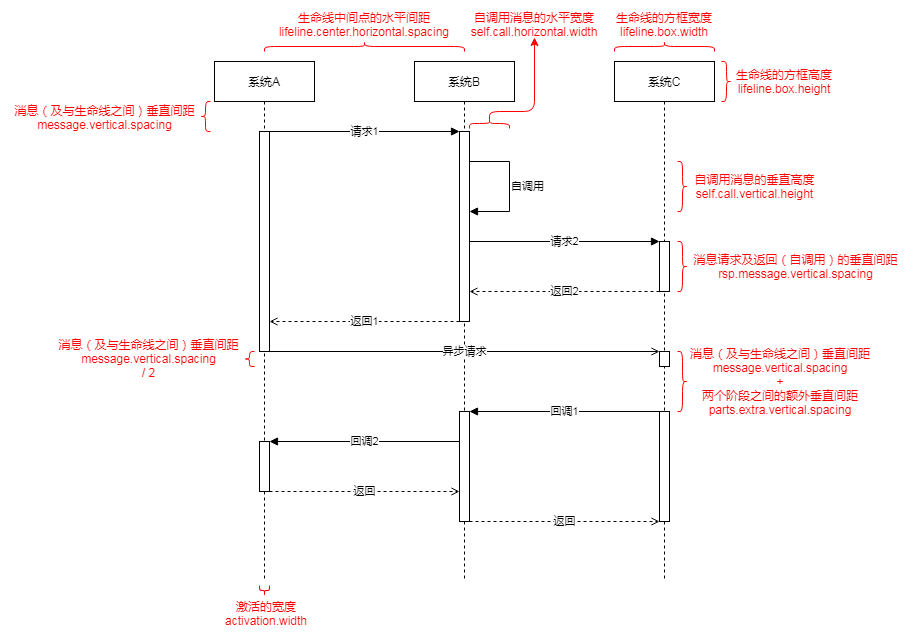
Earlier version of the draw.io export pic/position_example.png (Adrninistrator/uml-sequence-diagram-drawio). Source tidied: cells renumbered, new cells last; positions are measured from the earlier drawing's top-left corner, leaving out a move shared by most shapes.
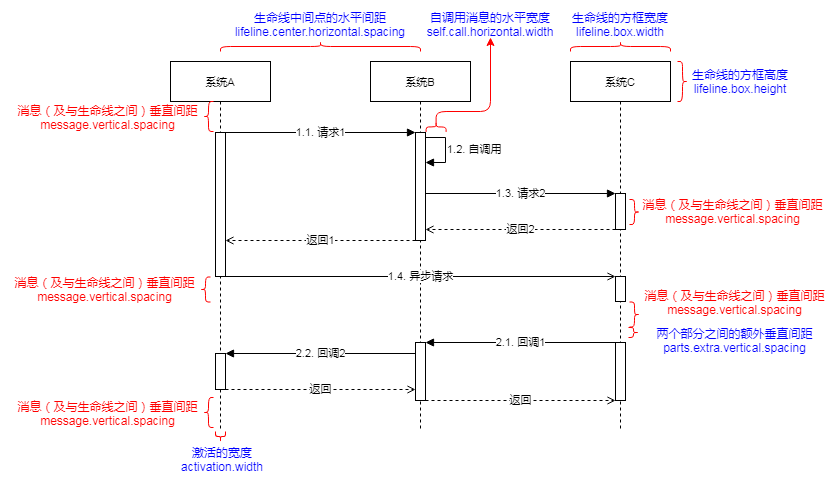
After the commit.

Change to the diagram source:
```diff
@@ -2,167 +2,173 @@
   <root>
     <mxCell id="0" />
     <mxCell id="1" parent="0" />
-    <mxCell id="2" value="系统A" style="whiteSpace=wrap;shape=umlLifeline;size=40;perimeter=lifelinePerimeter;html=1;" parent="1" vertex="1">
-      <mxGeometry x="204" y="115" width="100" height="520" as="geometry" />
+    <mxCell id="2" value="&lt;font style=&quot;font-size: 11px&quot;&gt;系统A&lt;/font&gt;" style="whiteSpace=wrap;shape=umlLifeline;size=40;perimeter=lifelinePerimeter;html=1;" parent="1" vertex="1">
+      <mxGeometry x="204" y="115" width="100" height="369" as="geometry" />
     </mxCell>
-    <mxCell id="3" value="系统B" style="whiteSpace=wrap;shape=umlLifeline;size=40;perimeter=lifelinePerimeter;html=1;" parent="1" vertex="1">
-      <mxGeometry x="404" y="115" width="100" height="520" as="geometry" />
+    <mxCell id="3" value="&lt;font style=&quot;font-size: 11px&quot;&gt;系统B&lt;/font&gt;" style="whiteSpace=wrap;shape=umlLifeline;size=40;perimeter=lifelinePerimeter;html=1;" parent="1" vertex="1">
+      <mxGeometry x="404" y="115" width="100" height="369" as="geometry" />
     </mxCell>
-    <mxCell id="4" value="系统C" style="whiteSpace=wrap;shape=umlLifeline;size=40;perimeter=lifelinePerimeter;html=1;" parent="1" vertex="1">
-      <mxGeometry x="604" y="115" width="100" height="520" as="geometry" />
+    <mxCell id="4" value="&lt;font style=&quot;font-size: 11px&quot;&gt;系统C&lt;/font&gt;" style="whiteSpace=wrap;shape=umlLifeline;size=40;perimeter=lifelinePerimeter;html=1;" parent="1" vertex="1">
+      <mxGeometry x="604" y="115" width="100" height="369" as="geometry" />
     </mxCell>
-    <mxCell id="5" style="perimeter=orthogonalPerimeter;html=1;" parent="1" vertex="1">
-      <mxGeometry x="249" y="185" width="10" height="220" as="geometry" />
-    </mxCell>
-    <mxCell id="6" style="perimeter=orthogonalPerimeter;html=1;" parent="1" vertex="1">
-      <mxGeometry x="249" y="495" width="10" height="50" as="geometry" />
-    </mxCell>
-    <mxCell id="7" style="perimeter=orthogonalPerimeter;html=1;" parent="1" vertex="1">
-      <mxGeometry x="449" y="185" width="10" height="190" as="geometry" />
-    </mxCell>
-    <mxCell id="8" style="perimeter=orthogonalPerimeter;html=1;" parent="1" vertex="1">
-      <mxGeometry x="449" y="465" width="10" height="110" as="geometry" />
-    </mxCell>
-    <mxCell id="9" style="perimeter=orthogonalPerimeter;html=1;" parent="1" vertex="1">
-      <mxGeometry x="649" y="295" width="10" height="50" as="geometry" />
-    </mxCell>
-    <mxCell id="10" style="perimeter=orthogonalPerimeter;html=1;" parent="1" vertex="1">
-      <mxGeometry x="649" y="405" width="10" height="15" as="geometry" />
-    </mxCell>
-    <mxCell id="11" style="perimeter=orthogonalPerimeter;html=1;" parent="1" vertex="1">
-      <mxGeometry x="649" y="465" width="10" height="110" as="geometry" />
-    </mxCell>
-    <mxCell id="12" value="请求1" style="endFill=1;html=1;endArrow=block;" parent="1" edge="1">
-      <mxGeometry relative="1" as="geometry">
-        <mxPoint x="259" y="185" as="sourcePoint" />
-        <mxPoint x="449" y="185" as="targetPoint" />
-      </mxGeometry>
-    </mxCell>
-    <mxCell id="13" value="自调用" style="endFill=1;rounded=0;html=1;endArrow=block;align=left;" parent="1" edge="1">
-      <mxGeometry relative="1" as="geometry">
-        <mxPoint x="459" y="215" as="sourcePoint" />
-        <mxPoint x="459" y="265" as="targetPoint" />
-        <Array as="points">
-          <mxPoint x="499" y="215" />
-          <mxPoint x="499" y="265" />
-        </Array>
-      </mxGeometry>
-    </mxCell>
-    <mxCell id="14" value="请求2" style="endFill=1;html=1;endArrow=block;" parent="1" edge="1">
-      <mxGeometry relative="1" as="geometry">
-        <mxPoint x="459" y="295" as="sourcePoint" />
-        <mxPoint x="649" y="295" as="targetPoint" />
-      </mxGeometry>
-    </mxCell>
+    <mxCell id="43" style="shape=curlyBracket;whiteSpace=wrap;html=1;rounded=1;strokeColor=#FF0000;rotation=-180;" parent="4" vertex="1">
+      <mxGeometry x="59" y="240.5" width="10" height="25" as="geometry" />
+    </mxCell>
+    <mxCell id="44" style="perimeter=orthogonalPerimeter;html=1;" parent="1" vertex="1">
+      <mxGeometry x="249" y="186" width="10" height="144" as="geometry" />
+    </mxCell>
+    <mxCell id="45" style="perimeter=orthogonalPerimeter;html=1;" parent="1" vertex="1">
+      <mxGeometry x="249" y="407" width="10" height="36" as="geometry" />
+    </mxCell>
+    <mxCell id="46" style="perimeter=orthogonalPerimeter;html=1;" parent="1" vertex="1">
+      <mxGeometry x="449" y="186" width="10" height="108" as="geometry" />
+    </mxCell>
+    <mxCell id="47" style="perimeter=orthogonalPerimeter;html=1;" parent="1" vertex="1">
+      <mxGeometry x="449" y="396" width="10" height="58" as="geometry" />
+    </mxCell>
+    <mxCell id="48" style="perimeter=orthogonalPerimeter;html=1;" parent="1" vertex="1">
+      <mxGeometry x="649" y="247" width="10" height="36" as="geometry" />
+    </mxCell>
+    <mxCell id="49" style="perimeter=orthogonalPerimeter;html=1;" parent="1" vertex="1">
+      <mxGeometry x="649" y="330" width="10" height="25" as="geometry" />
+    </mxCell>
+    <mxCell id="50" style="perimeter=orthogonalPerimeter;html=1;" parent="1" vertex="1">
+      <mxGeometry x="649" y="396" width="10" height="58" as="geometry" />
+    </mxCell>
+    <mxCell id="51" value="&lt;font style=&quot;font-size: 11px&quot;&gt;1.1. 请求1&lt;/font&gt;" style="endFill=1;html=1;endArrow=block;" parent="1" edge="1">
+      <mxGeometry relative="1" as="geometry">
+        <mxPoint x="259" y="186" as="sourcePoint" />
+        <mxPoint x="449" y="186" as="targetPoint" />
+      </mxGeometry>
+    </mxCell>
+    <mxCell id="52" value="&lt;font style=&quot;font-size: 11px&quot;&gt;1.2. 自调用&lt;/font&gt;" style="endFill=1;rounded=0;html=1;endArrow=block;align=left;" parent="1" edge="1">
+      <mxGeometry relative="1" as="geometry">
+        <mxPoint x="459" y="191" as="sourcePoint" />
+        <mxPoint x="459" y="216" as="targetPoint" />
+        <Array as="points">
+          <mxPoint x="479" y="191" />
+          <mxPoint x="479" y="216" />
+        </Array>
+      </mxGeometry>
+    </mxCell>
+    <mxCell id="53" value="&lt;font style=&quot;font-size: 11px&quot;&gt;1.3. 请求2&lt;/font&gt;" style="endFill=1;html=1;endArrow=block;" parent="1" edge="1">
+      <mxGeometry relative="1" as="geometry">
+        <mxPoint x="459" y="247" as="sourcePoint" />
+        <mxPoint x="649" y="247" as="targetPoint" />
+      </mxGeometry>
+    </mxCell>
-    <mxCell id="15" value="返回2" style="dashed=1;endFill=0;html=1;endArrow=open;" parent="1" edge="1">
+    <mxCell id="15" value="&lt;font style=&quot;font-size: 11px&quot;&gt;返回2&lt;/font&gt;" style="dashed=1;endFill=0;html=1;endArrow=open;" parent="1" edge="1">
       <mxGeometry relative="1" as="geometry">
-        <mxPoint x="649" y="345" as="sourcePoint" />
-        <mxPoint x="459" y="345" as="targetPoint" />
+        <mxPoint x="649" y="283" as="sourcePoint" />
+        <mxPoint x="459" y="283" as="targetPoint" />
       </mxGeometry>
     </mxCell>
-    <mxCell id="16" value="返回1" style="dashed=1;endFill=0;html=1;endArrow=open;" parent="1" edge="1">
+    <mxCell id="16" value="&lt;font style=&quot;font-size: 11px&quot;&gt;返回1&lt;/font&gt;" style="dashed=1;endFill=0;html=1;endArrow=open;" parent="1" edge="1">
       <mxGeometry relative="1" as="geometry">
-        <mxPoint x="449" y="375" as="sourcePoint" />
-        <mxPoint x="259" y="375" as="targetPoint" />
+        <mxPoint x="449" y="294" as="sourcePoint" />
+        <mxPoint x="259" y="294" as="targetPoint" />
       </mxGeometry>
     </mxCell>
-    <mxCell id="17" value="异步请求" style="endFill=0;html=1;endArrow=open;" parent="1" edge="1">
-      <mxGeometry relative="1" as="geometry">
-        <mxPoint x="259" y="405" as="sourcePoint" />
-        <mxPoint x="649" y="405" as="targetPoint" />
-      </mxGeometry>
-    </mxCell>
-    <mxCell id="18" value="回调1" style="endFill=1;html=1;endArrow=block;" parent="1" edge="1">
-      <mxGeometry relative="1" as="geometry">
-        <mxPoint x="649" y="465" as="sourcePoint" />
-        <mxPoint x="459" y="465" as="targetPoint" />
-      </mxGeometry>
-    </mxCell>
-    <mxCell id="19" value="回调2" style="endFill=1;html=1;endArrow=block;" parent="1" edge="1">
-      <mxGeometry relative="1" as="geometry">
-        <mxPoint x="449" y="495" as="sourcePoint" />
-        <mxPoint x="259" y="495" as="targetPoint" />
-      </mxGeometry>
-    </mxCell>
-    <mxCell id="20" value="返回" style="dashed=1;endFill=0;html=1;endArrow=open;" parent="1" edge="1">
-      <mxGeometry relative="1" as="geometry">
-        <mxPoint x="259" y="545" as="sourcePoint" />
-        <mxPoint x="449" y="545" as="targetPoint" />
-      </mxGeometry>
-    </mxCell>
-    <mxCell id="21" value="返回" style="dashed=1;endFill=0;html=1;endArrow=open;" parent="1" edge="1">
-      <mxGeometry relative="1" as="geometry">
-        <mxPoint x="459" y="575" as="sourcePoint" />
-        <mxPoint x="649" y="575" as="targetPoint" />
-      </mxGeometry>
-    </mxCell>
-    <mxCell id="22" style="shape=curlyBracket;whiteSpace=wrap;html=1;rounded=1;strokeColor=#FF0000;" parent="1" vertex="1">
-      <mxGeometry x="190" y="155" width="10" height="30" as="geometry" />
-    </mxCell>
-    <mxCell id="23" value="&lt;font color=&quot;#ff0000&quot;&gt;消息（及与生命线之间）垂直间距&lt;br&gt;message.vertical.spacing&lt;br&gt;&lt;/font&gt;" style="text;whiteSpace=wrap;html=1;align=center;verticalAlign=middle;" parent="1" vertex="1">
-      <mxGeometry y="158" width="189" height="25" as="geometry" />
-    </mxCell>
-    <mxCell id="24" style="shape=curlyBracket;whiteSpace=wrap;html=1;rounded=1;strokeColor=#FF0000;" parent="1" vertex="1">
-      <mxGeometry x="234" y="405" width="10" height="15" as="geometry" />
-    </mxCell>
-    <mxCell id="25" value="&lt;font color=&quot;#ff0000&quot;&gt;消息（及与生命线之间）垂直间距&lt;br&gt;message.vertical.spacing&lt;br&gt;/ 2&lt;/font&gt;" style="text;whiteSpace=wrap;html=1;align=center;verticalAlign=middle;" parent="1" vertex="1">
-      <mxGeometry x="44" y="384.5" width="189" height="56" as="geometry" />
-    </mxCell>
-    <mxCell id="26" style="shape=curlyBracket;whiteSpace=wrap;html=1;rounded=1;strokeColor=#FF0000;rotation=-91;" parent="1" vertex="1">
-      <mxGeometry x="249" y="639" width="10" height="10" as="geometry" />
-    </mxCell>
-    <mxCell id="27" value="&lt;div&gt;&lt;font color=&quot;#ff0000&quot;&gt;激活的宽度&lt;/font&gt;&lt;/div&gt;&lt;div&gt;&lt;font color=&quot;#ff0000&quot;&gt;activation.width&lt;/font&gt;&lt;/div&gt;" style="text;whiteSpace=wrap;html=1;align=center;verticalAlign=middle;" parent="1" vertex="1">
-      <mxGeometry x="214" y="654" width="84" height="25" as="geometry" />
-    </mxCell>
+    <mxCell id="54" value="&lt;font style=&quot;font-size: 11px&quot;&gt;1.4. 异步请求&lt;/font&gt;" style="endFill=0;html=1;endArrow=open;" parent="1" edge="1">
+      <mxGeometry relative="1" as="geometry">
+        <mxPoint x="259" y="330" as="sourcePoint" />
+        <mxPoint x="649" y="330" as="targetPoint" />
+      </mxGeometry>
+    </mxCell>
+    <mxCell id="55" value="&lt;font style=&quot;font-size: 11px&quot;&gt;2.1. 回调1&lt;/font&gt;" style="endFill=1;html=1;endArrow=block;" parent="1" edge="1">
+      <mxGeometry relative="1" as="geometry">
+        <mxPoint x="649" y="396" as="sourcePoint" />
+        <mxPoint x="459" y="396" as="targetPoint" />
+      </mxGeometry>
+    </mxCell>
+    <mxCell id="56" value="&lt;font style=&quot;font-size: 11px&quot;&gt;2.2. 回调2&lt;/font&gt;" style="endFill=1;html=1;endArrow=block;" parent="1" edge="1">
+      <mxGeometry relative="1" as="geometry">
+        <mxPoint x="449" y="407" as="sourcePoint" />
+        <mxPoint x="259" y="407" as="targetPoint" />
+      </mxGeometry>
+    </mxCell>
+    <mxCell id="57" value="&lt;font style=&quot;font-size: 11px&quot;&gt;返回&lt;/font&gt;" style="dashed=1;endFill=0;html=1;endArrow=open;" parent="1" edge="1">
+      <mxGeometry relative="1" as="geometry">
+        <mxPoint x="259" y="443" as="sourcePoint" />
+        <mxPoint x="449" y="443" as="targetPoint" />
+      </mxGeometry>
+    </mxCell>
+    <mxCell id="58" value="&lt;font style=&quot;font-size: 11px&quot;&gt;返回&lt;/font&gt;" style="dashed=1;endFill=0;html=1;endArrow=open;" parent="1" edge="1">
+      <mxGeometry relative="1" as="geometry">
+        <mxPoint x="459" y="454" as="sourcePoint" />
+        <mxPoint x="649" y="454" as="targetPoint" />
+      </mxGeometry>
+    </mxCell>
     <mxCell id="28" style="shape=curlyBracket;whiteSpace=wrap;html=1;rounded=1;strokeColor=#FF0000;rotation=90;" parent="1" vertex="1">
       <mxGeometry x="349" width="10" height="200" as="geometry" />
     </mxCell>
-    <mxCell id="29" value="&lt;font color=&quot;#ff0000&quot;&gt;生命线中间点的水平间距&lt;br&gt;lifeline.center.horizontal.spacing&lt;/font&gt;" style="text;whiteSpace=wrap;html=1;align=center;verticalAlign=middle;" parent="1" vertex="1">
+    <mxCell id="29" value="&lt;font&gt;生命线中间点的水平间距&lt;br&gt;lifeline.center.horizontal.spacing&lt;/font&gt;" style="text;whiteSpace=wrap;html=1;align=center;verticalAlign=middle;fontColor=#0000FF;" parent="1" vertex="1">
       <mxGeometry x="254" y="65" width="200" height="26" as="geometry" />
     </mxCell>
+    <mxCell id="32" value="&lt;div&gt;&lt;font&gt;自调用消息的水平宽度&lt;/font&gt;&lt;/div&gt;&lt;div&gt;&lt;font&gt;self.call.horizontal.width&lt;/font&gt;&lt;/div&gt;" style="text;whiteSpace=wrap;html=1;align=center;verticalAlign=middle;fontColor=#0000FF;" parent="1" vertex="1">
+      <mxGeometry x="459" y="65" width="130" height="26" as="geometry" />
+    </mxCell>
+    <mxCell id="59" style="edgeStyle=elbowEdgeStyle;elbow=vertical;endArrow=classic;html=1;exitX=0.1;exitY=0.5;exitDx=0;exitDy=0;exitPerimeter=0;strokeColor=#FF0000;" parent="1" edge="1" source="60">
+      <mxGeometry relative="1" as="geometry">
+        <mxPoint x="524" y="91" as="targetPoint" />
+        <Array as="points">
+          <mxPoint x="504" y="165" />
+        </Array>
+      </mxGeometry>
+    </mxCell>
+    <mxCell id="60" style="shape=curlyBracket;whiteSpace=wrap;html=1;rounded=1;strokeColor=#FF0000;rotation=90;" parent="1" vertex="1">
+      <mxGeometry x="464.6" y="170.4" width="10" height="20" as="geometry" />
+    </mxCell>
     <mxCell id="30" style="shape=curlyBracket;whiteSpace=wrap;html=1;rounded=1;strokeColor=#FF0000;rotation=90;" parent="1" vertex="1">
       <mxGeometry x="649" y="50" width="10" height="100" as="geometry" />
     </mxCell>
-    <mxCell id="31" value="&lt;div&gt;&lt;font color=&quot;#ff0000&quot;&gt;生命线的方框宽度&lt;/font&gt;&lt;/div&gt;&lt;div&gt;&lt;font color=&quot;#ff0000&quot;&gt;lifeline.box.width&lt;/font&gt;&lt;/div&gt;" style="text;whiteSpace=wrap;html=1;align=center;verticalAlign=middle;" parent="1" vertex="1">
+    <mxCell id="31" value="&lt;div&gt;&lt;font&gt;生命线的方框宽度&lt;/font&gt;&lt;/div&gt;&lt;div&gt;&lt;font&gt;lifeline.box.width&lt;/font&gt;&lt;/div&gt;" style="text;whiteSpace=wrap;html=1;align=center;verticalAlign=middle;fontColor=#0000FF;" parent="1" vertex="1">
       <mxGeometry x="604" y="65" width="100" height="26" as="geometry" />
     </mxCell>
-    <mxCell id="32" value="&lt;div&gt;&lt;font color=&quot;#ff0000&quot;&gt;自调用消息的水平宽度&lt;/font&gt;&lt;/div&gt;&lt;div&gt;&lt;font color=&quot;#ff0000&quot;&gt;self.call.horizontal.width&lt;/font&gt;&lt;/div&gt;" style="text;whiteSpace=wrap;html=1;align=center;verticalAlign=middle;" parent="1" vertex="1">
-      <mxGeometry x="459" y="65" width="130" height="26" as="geometry" />
-    </mxCell>
     <mxCell id="33" style="shape=curlyBracket;whiteSpace=wrap;html=1;rounded=1;strokeColor=#FF0000;rotation=-180;" parent="1" vertex="1">
       <mxGeometry x="711" y="115" width="10" height="40" as="geometry" />
     </mxCell>
-    <mxCell id="34" value="&lt;div&gt;&lt;font color=&quot;#ff0000&quot;&gt;生命线的方框高度&lt;/font&gt;&lt;/div&gt;&lt;div&gt;&lt;font color=&quot;#ff0000&quot;&gt;lifeline.box.height&lt;/font&gt;&lt;/div&gt;" style="text;whiteSpace=wrap;html=1;align=center;verticalAlign=middle;" parent="1" vertex="1">
+    <mxCell id="34" value="&lt;div&gt;&lt;font&gt;生命线的方框高度&lt;/font&gt;&lt;/div&gt;&lt;div&gt;&lt;font&gt;lifeline.box.height&lt;/font&gt;&lt;/div&gt;" style="text;whiteSpace=wrap;html=1;align=center;verticalAlign=middle;fontColor=#0000FF;" parent="1" vertex="1">
       <mxGeometry x="724" y="122" width="100" height="26" as="geometry" />
     </mxCell>
-    <mxCell id="35" style="shape=curlyBracket;whiteSpace=wrap;html=1;rounded=1;strokeColor=#FF0000;rotation=-180;" parent="1" vertex="1">
-      <mxGeometry x="667" y="295" width="10" height="50" as="geometry" />
-    </mxCell>
-    <mxCell id="36" value="&lt;div&gt;&lt;font color=&quot;#ff0000&quot;&gt;消息请求及返回（自调用）的垂直间距&lt;/font&gt;&lt;/div&gt;&lt;div&gt;&lt;font color=&quot;#ff0000&quot;&gt;rsp.message.vertical.spacing&lt;/font&gt;&lt;/div&gt;" style="text;whiteSpace=wrap;html=1;align=center;verticalAlign=middle;" parent="1" vertex="1">
-      <mxGeometry x="677" y="307" width="217" height="26" as="geometry" />
-    </mxCell>
-    <mxCell id="37" style="shape=curlyBracket;whiteSpace=wrap;html=1;rounded=1;strokeColor=#FF0000;rotation=-180;" parent="1" vertex="1">
-      <mxGeometry x="667" y="405" width="10" height="60" as="geometry" />
-    </mxCell>
-    <mxCell id="38" value="&lt;div&gt;&lt;font color=&quot;#ff0000&quot;&gt;消息（及与生命线之间）垂直间距&lt;br&gt;&lt;/font&gt;&lt;/div&gt;&lt;div&gt;&lt;font color=&quot;#ff0000&quot;&gt;message.vertical.spacing&lt;/font&gt;&lt;/div&gt;&lt;div&gt;&lt;font color=&quot;#ff0000&quot;&gt;+&lt;/font&gt;&lt;/div&gt;&lt;div&gt;&lt;font color=&quot;#ff0000&quot;&gt;两个阶段之间的额外垂直间距&lt;br&gt;&lt;/font&gt;&lt;/div&gt;&lt;div&gt;&lt;font color=&quot;#ff0000&quot;&gt;parts.extra.vertical.spacing&lt;/font&gt;&lt;/div&gt;" style="text;whiteSpace=wrap;html=1;align=center;verticalAlign=middle;" parent="1" vertex="1">
-      <mxGeometry x="676" y="398.5" width="188" height="73" as="geometry" />
-    </mxCell>
-    <mxCell id="39" style="edgeStyle=elbowEdgeStyle;elbow=vertical;endArrow=classic;html=1;exitX=0.1;exitY=0.5;exitDx=0;exitDy=0;exitPerimeter=0;strokeColor=#FF0000;" parent="1" edge="1" source="40">
-      <mxGeometry relative="1" as="geometry">
-        <mxPoint x="524" y="91" as="targetPoint" />
-        <Array as="points">
-          <mxPoint x="504" y="165" />
-        </Array>
-      </mxGeometry>
-    </mxCell>
-    <mxCell id="40" style="shape=curlyBracket;whiteSpace=wrap;html=1;rounded=1;strokeColor=#FF0000;rotation=90;" parent="1" vertex="1">
-      <mxGeometry x="474" y="157" width="10" height="40" as="geometry" />
-    </mxCell>
-    <mxCell id="41" style="shape=curlyBracket;whiteSpace=wrap;html=1;rounded=1;strokeColor=#FF0000;rotation=-180;" parent="1" vertex="1">
-      <mxGeometry x="667" y="215" width="10" height="50" as="geometry" />
-    </mxCell>
-    <mxCell id="42" value="&lt;div&gt;&lt;font color=&quot;#ff0000&quot;&gt;自调用消息的垂直高度&lt;/font&gt;&lt;/div&gt;&lt;div&gt;&lt;font color=&quot;#ff0000&quot;&gt;self.call.vertical.height&lt;/font&gt;&lt;/div&gt;" style="text;whiteSpace=wrap;html=1;align=center;verticalAlign=middle;" parent="1" vertex="1">
-      <mxGeometry x="676" y="227" width="137" height="26" as="geometry" />
-    </mxCell>
+    <mxCell id="61" style="shape=curlyBracket;whiteSpace=wrap;html=1;rounded=1;strokeColor=#FF0000;" parent="1" vertex="1">
+      <mxGeometry x="237" y="155" width="10" height="30" as="geometry" />
+    </mxCell>
+    <mxCell id="62" value="&lt;font color=&quot;#ff0000&quot;&gt;消息（及与生命线之间）垂直间距&lt;br&gt;message.vertical.spacing&lt;br&gt;&lt;/font&gt;" style="text;whiteSpace=wrap;html=1;align=center;verticalAlign=middle;" parent="1" vertex="1">
+      <mxGeometry x="47" y="158" width="189" height="25" as="geometry" />
+    </mxCell>
+    <mxCell id="63" style="shape=curlyBracket;whiteSpace=wrap;html=1;rounded=1;strokeColor=#FF0000;" parent="1" vertex="1">
+      <mxGeometry x="234" y="330.5" width="10" height="25" as="geometry" />
+    </mxCell>
+    <mxCell id="64" value="&lt;font color=&quot;#ff0000&quot;&gt;消息（及与生命线之间）垂直间距&lt;br&gt;message.vertical.spacing&lt;/font&gt;" style="text;whiteSpace=wrap;html=1;align=center;verticalAlign=middle;" parent="1" vertex="1">
+      <mxGeometry x="44" y="328" width="189" height="30" as="geometry" />
+    </mxCell>
+    <mxCell id="65" style="shape=curlyBracket;whiteSpace=wrap;html=1;rounded=1;strokeColor=#FF0000;rotation=-91;" parent="1" vertex="1">
+      <mxGeometry x="249" y="485" width="10" height="10" as="geometry" />
+    </mxCell>
+    <mxCell id="27" value="&lt;div&gt;&lt;font&gt;激活的宽度&lt;/font&gt;&lt;/div&gt;&lt;div&gt;&lt;font&gt;activation.width&lt;/font&gt;&lt;/div&gt;" style="text;whiteSpace=wrap;html=1;align=center;verticalAlign=middle;fontColor=#0000FF;" parent="1" vertex="1">
+      <mxGeometry x="214" y="500" width="84" height="25" as="geometry" />
+    </mxCell>
+    <mxCell id="66" value="&lt;font color=&quot;#ff0000&quot;&gt;消息（及与生命线之间）垂直间距&lt;br&gt;message.vertical.spacing&lt;/font&gt;" style="text;whiteSpace=wrap;html=1;align=center;verticalAlign=middle;" parent="1" vertex="1">
+      <mxGeometry x="674" y="339" width="189" height="34" as="geometry" />
+    </mxCell>
+    <mxCell id="67" style="shape=curlyBracket;whiteSpace=wrap;html=1;rounded=1;strokeColor=#FF0000;rotation=-180;" parent="1" vertex="1">
+      <mxGeometry x="663" y="253" width="10" height="25" as="geometry" />
+    </mxCell>
+    <mxCell id="68" value="&lt;font color=&quot;#ff0000&quot;&gt;消息（及与生命线之间）垂直间距&lt;br&gt;message.vertical.spacing&lt;/font&gt;" style="text;whiteSpace=wrap;html=1;align=center;verticalAlign=middle;" parent="1" vertex="1">
+      <mxGeometry x="672" y="250" width="189" height="30" as="geometry" />
+    </mxCell>
+    <mxCell id="69" style="shape=curlyBracket;whiteSpace=wrap;html=1;rounded=1;strokeColor=#FF0000;rotation=-180;" parent="1" vertex="1">
+      <mxGeometry x="662" y="381" width="10" height="10" as="geometry" />
+    </mxCell>
+    <mxCell id="70" style="shape=curlyBracket;whiteSpace=wrap;html=1;rounded=1;strokeColor=#FF0000;" parent="1" vertex="1">
+      <mxGeometry x="237" y="451" width="10" height="30" as="geometry" />
+    </mxCell>
+    <mxCell id="71" value="&lt;font color=&quot;#ff0000&quot;&gt;消息（及与生命线之间）垂直间距&lt;br&gt;message.vertical.spacing&lt;br&gt;&lt;/font&gt;" style="text;whiteSpace=wrap;html=1;align=center;verticalAlign=middle;" parent="1" vertex="1">
+      <mxGeometry x="47" y="454" width="189" height="25" as="geometry" />
+    </mxCell>
+    <mxCell id="72" value="&lt;span style=&quot;&quot;&gt;两个部分之间的额外垂直间距&lt;/span&gt;&lt;br&gt;&lt;font&gt;&lt;div&gt;parts.extra.vertical.spacing&lt;/div&gt;&lt;/font&gt;" style="text;whiteSpace=wrap;html=1;align=center;verticalAlign=middle;fontColor=#0000FF;" parent="1" vertex="1">
+      <mxGeometry x="674" y="379" width="189" height="30" as="geometry" />
+    </mxCell>
   </root>
 </mxGraphModel>
```
